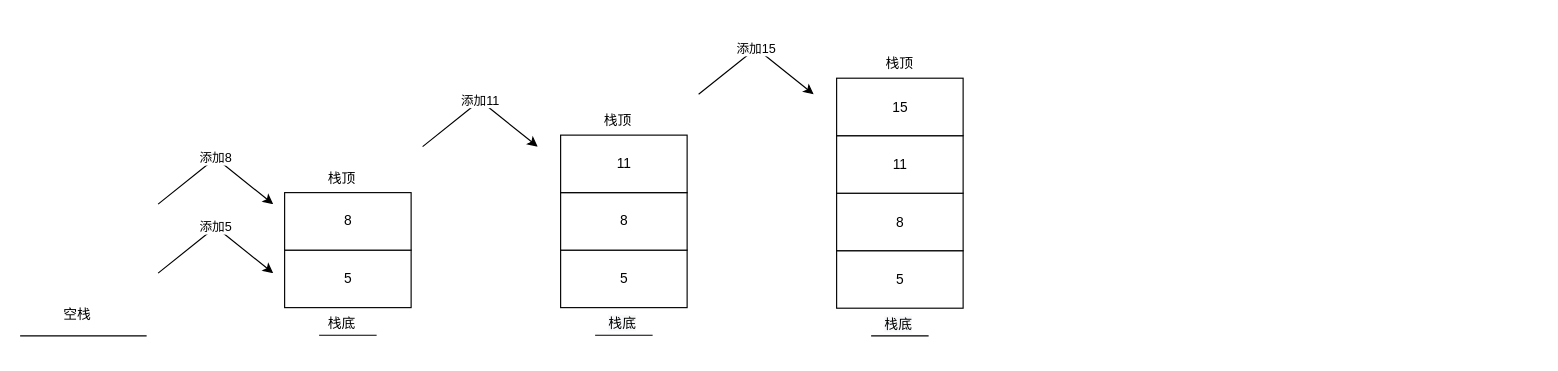
This is Untitled Diagram.drawio from TaroSunn/uml, a draw.io file, before an edit. Source tidied: cells renumbered, new cells numbered last; positions are measured from the earlier drawing's top-left corner, leaving out a move shared by most shapes. Both pictures are drawn from the tidied source at 115%, with x=0, y=0 at pixel (20, 47).
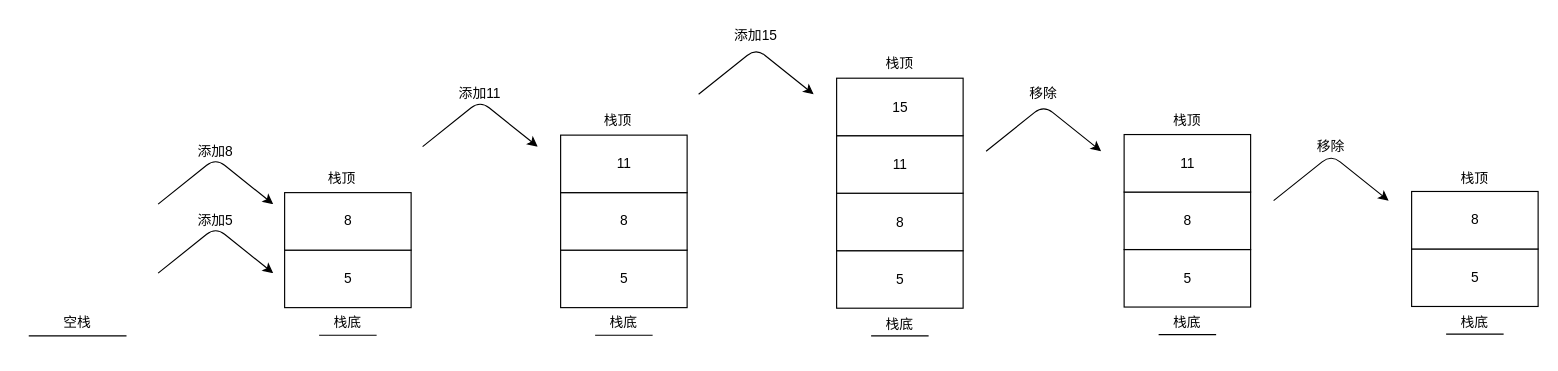
The same diagram, later.

Unchanged cells that the change refers to:
```xml
<mxCell id="5" style="endArrow=classic;html=1;" parent="1" edge="1">
  <mxGeometry relative="1" as="geometry">
    <mxPoint x="120" y="196" as="sourcePoint" />
    <mxPoint x="220" y="196" as="targetPoint" />
    <Array as="points">
      <mxPoint x="170" y="156" />
    </Array>
  </mxGeometry>
</mxCell>
<mxCell id="7" style="endArrow=classic;html=1;" parent="1" edge="1">
  <mxGeometry relative="1" as="geometry">
    <mxPoint x="120" y="136" as="sourcePoint" />
    <mxPoint x="220" y="136" as="targetPoint" />
    <Array as="points">
      <mxPoint x="170" y="96" />
    </Array>
  </mxGeometry>
</mxCell>
<mxCell id="13" style="endArrow=classic;html=1;" parent="1" edge="1">
  <mxGeometry relative="1" as="geometry">
    <mxPoint x="350" y="86" as="sourcePoint" />
    <mxPoint x="450" y="86" as="targetPoint" />
    <Array as="points">
      <mxPoint x="400" y="46" />
    </Array>
  </mxGeometry>
</mxCell>
<mxCell id="19" style="endArrow=classic;html=1;" parent="1" edge="1">
  <mxGeometry relative="1" as="geometry">
    <mxPoint x="590" y="40.5" as="sourcePoint" />
    <mxPoint x="690" y="40.5" as="targetPoint" />
    <Array as="points">
      <mxPoint x="640" y="0.5" />
    </Array>
  </mxGeometry>
</mxCell>
```

What changed in the source:
```diff
@@
     <mxCell id="2" style="line;strokeWidth=1;fillColor=none;align=left;verticalAlign=middle;spacingTop=-5;spacingLeft=3;spacingRight=3;labelPosition=right;" parent="1" vertex="1">
-      <mxGeometry y="236.5" width="110" height="28" as="geometry" />
+      <mxGeometry x="7.5" y="236.5" width="85" height="28" as="geometry" />
     </mxCell>
     <mxCell id="3" value="空栈" style="text;strokeColor=none;fillColor=none;align=center;verticalAlign=top;spacingLeft=4;spacingRight=4;overflow=hidden;" parent="1" vertex="1">
-      <mxGeometry y="218" width="100" height="26" as="geometry" />
+      <mxGeometry y="225" width="100" height="26" as="geometry" />
     </mxCell>
@@
-    <mxCell id="6" value="添加5" style="edgeLabel;html=1;align=center;verticalAlign=middle;" parent="5" vertex="1">
-      <mxGeometry relative="1" as="geometry" />
-    </mxCell>
@@
-    <mxCell id="8" value="添加8" style="edgeLabel;html=1;align=center;verticalAlign=middle;" parent="7" vertex="1">
-      <mxGeometry relative="1" as="geometry" />
-    </mxCell>
@@
     <mxCell id="11" value="栈底" style="text;strokeColor=none;fillColor=none;align=center;verticalAlign=top;spacingLeft=4;spacingRight=4;overflow=hidden;" parent="1" vertex="1">
-      <mxGeometry x="230" y="226" width="100" height="26" as="geometry" />
+      <mxGeometry x="235" y="225.5" width="100" height="26" as="geometry" />
     </mxCell>
@@
-    <mxCell id="14" value="添加11" style="edgeLabel;html=1;align=center;verticalAlign=middle;" parent="13" vertex="1">
-      <mxGeometry relative="1" as="geometry" />
-    </mxCell>
@@
-    <mxCell id="20" value="添加15" style="edgeLabel;html=1;align=center;verticalAlign=middle;" parent="19" vertex="1">
-      <mxGeometry relative="1" as="geometry" />
-    </mxCell>
-    <mxCell id="21" value="&lt;span style=&quot;color: rgb(0, 0, 0); font-family: helvetica; font-size: 12px; font-style: normal; font-weight: 400; letter-spacing: normal; text-align: center; text-indent: 0px; text-transform: none; word-spacing: 0px; background-color: rgb(248, 249, 250); display: inline; float: none;&quot;&gt;栈底&lt;/span&gt;" style="text;whiteSpace=wrap;html=1;" parent="1" vertex="1">
-      <mxGeometry x="510" y="226" width="50" height="30" as="geometry" />
-    </mxCell>
@@
-    <mxCell id="26" value="&lt;span style=&quot;color: rgb(0 , 0 , 0) ; font-family: &amp;#34;helvetica&amp;#34; ; font-size: 12px ; font-style: normal ; font-weight: 400 ; letter-spacing: normal ; text-align: center ; text-indent: 0px ; text-transform: none ; word-spacing: 0px ; background-color: rgb(248 , 249 , 250) ; display: inline ; float: none&quot;&gt;栈底&lt;/span&gt;" style="text;whiteSpace=wrap;html=1;" parent="1" vertex="1">
-      <mxGeometry x="750" y="226.5" width="50" height="30" as="geometry" />
-    </mxCell>
@@
+    <mxCell id="30" value="5" style="html=1;" parent="1" vertex="1">
+      <mxGeometry x="960" y="175.5" width="110" height="50" as="geometry" />
+    </mxCell>
+    <mxCell id="31" value="8" style="html=1;" parent="1" vertex="1">
+      <mxGeometry x="960" y="125.5" width="110" height="50" as="geometry" />
+    </mxCell>
+    <mxCell id="32" value="栈顶" style="text;strokeColor=none;fillColor=none;align=center;verticalAlign=top;spacingLeft=4;spacingRight=4;overflow=hidden;" parent="1" vertex="1">
+      <mxGeometry x="965" y="49.5" width="100" height="26" as="geometry" />
+    </mxCell>
+    <mxCell id="33" value="11" style="html=1;" parent="1" vertex="1">
+      <mxGeometry x="960" y="75.5" width="110" height="50" as="geometry" />
+    </mxCell>
+    <mxCell id="34" style="line;strokeWidth=1;fillColor=none;align=left;verticalAlign=middle;spacingTop=-1;spacingLeft=3;spacingRight=3;labelPosition=right;" parent="1" vertex="1">
+      <mxGeometry x="990" y="243" width="50" height="13" as="geometry" />
+    </mxCell>
+    <mxCell id="35" style="endArrow=classic;html=1;" parent="1" edge="1">
+      <mxGeometry relative="1" as="geometry">
+        <mxPoint x="840" y="90" as="sourcePoint" />
+        <mxPoint x="940" y="90" as="targetPoint" />
+        <Array as="points">
+          <mxPoint x="890" y="50" />
+        </Array>
+      </mxGeometry>
+    </mxCell>
+    <mxCell id="36" value="5" style="html=1;" parent="1" vertex="1">
+      <mxGeometry x="1210" y="175" width="110" height="50" as="geometry" />
+    </mxCell>
+    <mxCell id="37" value="8" style="html=1;" parent="1" vertex="1">
+      <mxGeometry x="1210" y="125" width="110" height="50" as="geometry" />
+    </mxCell>
+    <mxCell id="38" value="栈顶" style="text;strokeColor=none;fillColor=none;align=center;verticalAlign=top;spacingLeft=4;spacingRight=4;overflow=hidden;" parent="1" vertex="1">
+      <mxGeometry x="1215" y="100.5" width="100" height="26" as="geometry" />
+    </mxCell>
+    <mxCell id="39" style="line;strokeWidth=1;fillColor=none;align=left;verticalAlign=middle;spacingTop=-1;spacingLeft=3;spacingRight=3;labelPosition=right;" parent="1" vertex="1">
+      <mxGeometry x="1240" y="242.5" width="50" height="13" as="geometry" />
+    </mxCell>
+    <mxCell id="40" style="endArrow=classic;html=1;" parent="1" edge="1">
+      <mxGeometry relative="1" as="geometry">
+        <mxPoint x="1090" y="133" as="sourcePoint" />
+        <mxPoint x="1190" y="133" as="targetPoint" />
+        <Array as="points">
+          <mxPoint x="1140" y="93" />
+        </Array>
+      </mxGeometry>
+    </mxCell>
+    <mxCell id="8" value="添加8" style="text;strokeColor=none;fillColor=none;align=center;verticalAlign=top;spacingLeft=4;spacingRight=4;overflow=hidden;" parent="1" vertex="1">
+      <mxGeometry x="120" y="76.5" width="100" height="26" as="geometry" />
+    </mxCell>
+    <mxCell id="6" value="添加5" style="text;strokeColor=none;fillColor=none;align=center;verticalAlign=top;spacingLeft=4;spacingRight=4;overflow=hidden;" parent="1" vertex="1">
+      <mxGeometry x="120" y="137" width="100" height="26" as="geometry" />
+    </mxCell>
+    <mxCell id="41" value="栈底" style="text;strokeColor=none;fillColor=none;align=center;verticalAlign=top;spacingLeft=4;spacingRight=4;overflow=hidden;" parent="1" vertex="1">
+      <mxGeometry x="475" y="225" width="100" height="26" as="geometry" />
+    </mxCell>
+    <mxCell id="14" value="添加11" style="text;strokeColor=none;fillColor=none;align=center;verticalAlign=top;spacingLeft=4;spacingRight=4;overflow=hidden;" parent="1" vertex="1">
+      <mxGeometry x="350" y="26.5" width="100" height="26" as="geometry" />
+    </mxCell>
+    <mxCell id="20" value="添加15" style="text;strokeColor=none;fillColor=none;align=center;verticalAlign=top;spacingLeft=4;spacingRight=4;overflow=hidden;" parent="1" vertex="1">
+      <mxGeometry x="590" y="-24" width="100" height="26" as="geometry" />
+    </mxCell>
+    <mxCell id="42" value="移除" style="text;strokeColor=none;fillColor=none;align=center;verticalAlign=top;spacingLeft=4;spacingRight=4;overflow=hidden;" parent="1" vertex="1">
+      <mxGeometry x="840" y="26.5" width="100" height="26" as="geometry" />
+    </mxCell>
+    <mxCell id="43" value="移除" style="text;strokeColor=none;fillColor=none;align=center;verticalAlign=top;spacingLeft=4;spacingRight=4;overflow=hidden;" parent="1" vertex="1">
+      <mxGeometry x="1090" y="72" width="100" height="26" as="geometry" />
+    </mxCell>
+    <mxCell id="44" value="栈底" style="text;strokeColor=none;fillColor=none;align=center;verticalAlign=top;spacingLeft=4;spacingRight=4;overflow=hidden;" parent="1" vertex="1">
+      <mxGeometry x="715" y="227" width="100" height="26" as="geometry" />
+    </mxCell>
+    <mxCell id="45" value="栈底" style="text;strokeColor=none;fillColor=none;align=center;verticalAlign=top;spacingLeft=4;spacingRight=4;overflow=hidden;" parent="1" vertex="1">
+      <mxGeometry x="965" y="225" width="100" height="26" as="geometry" />
+    </mxCell>
+    <mxCell id="46" value="栈底" style="text;strokeColor=none;fillColor=none;align=center;verticalAlign=top;spacingLeft=4;spacingRight=4;overflow=hidden;" parent="1" vertex="1">
+      <mxGeometry x="1215" y="225.5" width="100" height="26" as="geometry" />
+    </mxCell>
```
